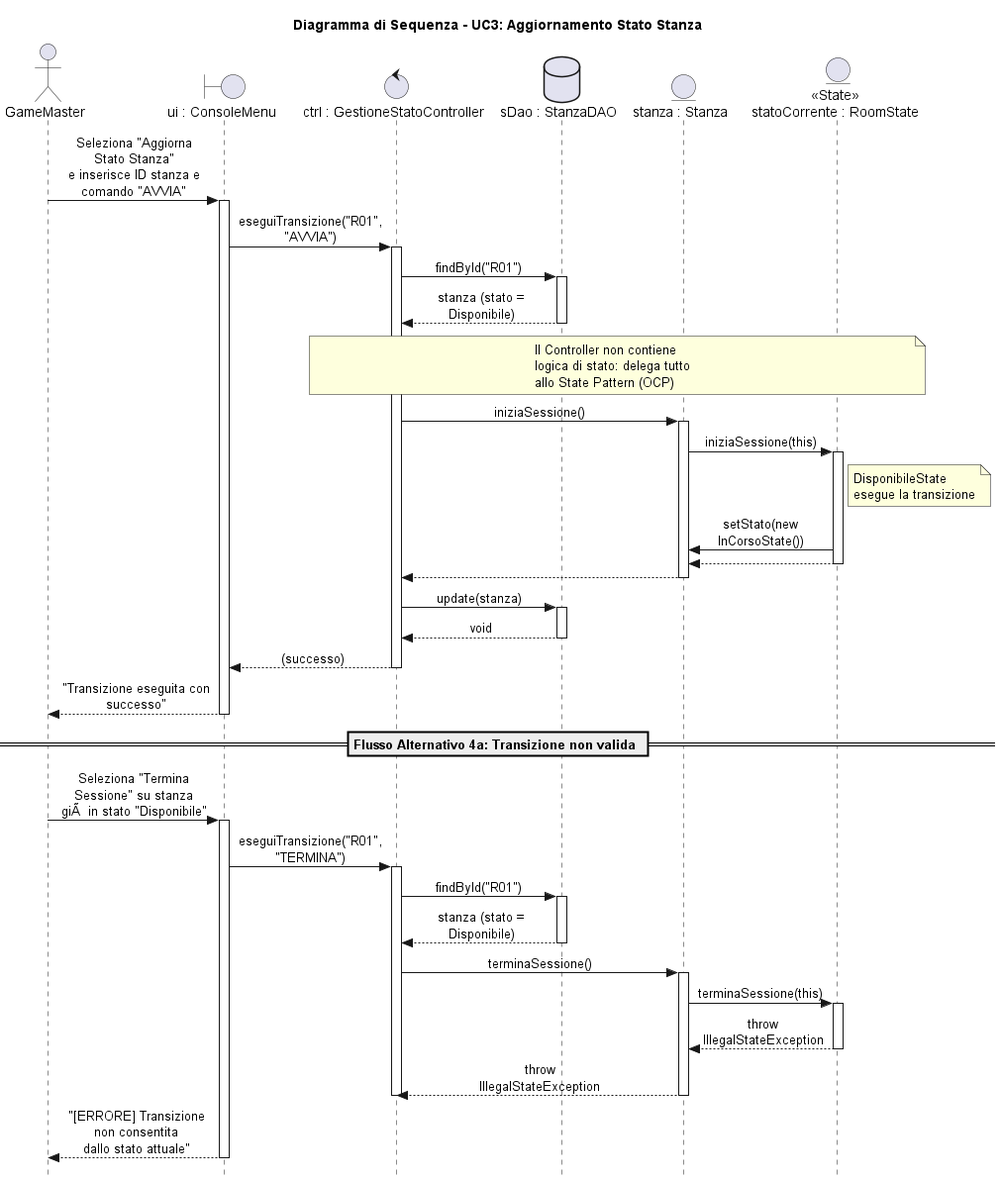
Adrycasta04/EscapeManager keeps this PlantUML diagram as LaTeX/images/sequence_gestione_stato.png. Above is the earlier version. Source of this version:
```plantuml
@startuml sequence_gestione_stato

skinparam style strictuml
skinparam sequenceMessageAlign center
skinparam maxMessageSize 150

title Diagramma di Sequenza - UC3: Aggiornamento Stato Stanza

actor "GameMaster" as GM
boundary "ui : ConsoleMenu" as UI
control "ctrl : GestioneStatoController" as CTRL
database "sDao : StanzaDAO" as SDAO
entity "stanza : Stanza" as S
entity "<<State>>\nstatoCorrente : RoomState" as STATE

GM -> UI : Seleziona "Aggiorna Stato Stanza"\ne inserisce ID stanza e comando "AVVIA"
activate UI

UI -> CTRL : eseguiTransizione("R01", "AVVIA")
activate CTRL

CTRL -> SDAO : findById("R01")
activate SDAO
SDAO --> CTRL : stanza (stato = Disponibile)
deactivate SDAO

note over CTRL, STATE : Il Controller non contiene\nlogica di stato: delega tutto\nallo State Pattern (OCP)
CTRL -> S : iniziaSessione()
activate S

S -> STATE : iniziaSessione(this)
activate STATE

note right of STATE : DisponibileState\nesegue la transizione
STATE -> S : setStato(new InCorsoState())
STATE --> S
deactivate STATE

S --> CTRL
deactivate S

CTRL -> SDAO : update(stanza)
activate SDAO
SDAO --> CTRL : void
deactivate SDAO

CTRL --> UI : (successo)
deactivate CTRL

UI --> GM : "Transizione eseguita con successo"
deactivate UI

== Flusso Alternativo 4a: Transizione non valida ==

GM -> UI : Seleziona "Termina Sessione" su stanza\ngiÃ  in stato "Disponibile"
activate UI

UI -> CTRL : eseguiTransizione("R01", "TERMINA")
activate CTRL

CTRL -> SDAO : findById("R01")
activate SDAO
SDAO --> CTRL : stanza (stato = Disponibile)
deactivate SDAO

CTRL -> S : terminaSessione()
activate S
S -> STATE : terminaSessione(this)
activate STATE
STATE --> S : throw IllegalStateException
deactivate STATE
S --> CTRL : throw IllegalStateException
deactivate S
deactivate CTRL

UI --> GM : "[ERRORE] Transizione non consentita\ndallo stato attuale"
deactivate UI

@enduml
```
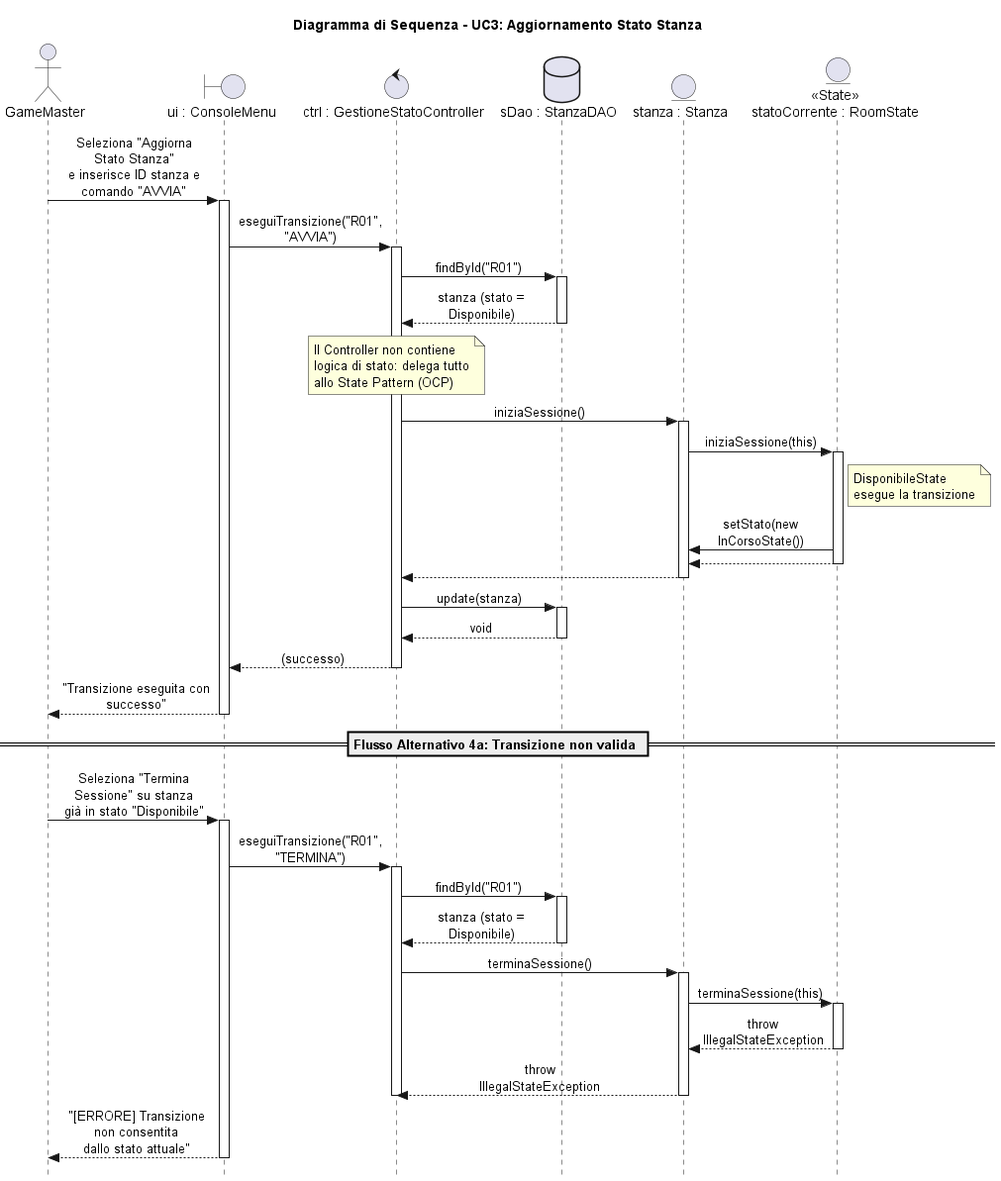
After the change.

Change to the diagram source:
```diff
@@ -24,7 +24,7 @@
 SDAO --> CTRL : stanza (stato = Disponibile)
 deactivate SDAO
 
-note over CTRL, STATE : Il Controller non contiene\nlogica di stato: delega tutto\nallo State Pattern (OCP)
+note over CTRL : Il Controller non contiene\nlogica di stato: delega tutto\nallo State Pattern (OCP)
 CTRL -> S : iniziaSessione()
 activate S
 
@@ -52,7 +52,7 @@
 
 == Flusso Alternativo 4a: Transizione non valida ==
 
-GM -> UI : Seleziona "Termina Sessione" su stanza\ngiÃ  in stato "Disponibile"
+GM -> UI : Seleziona "Termina Sessione" su stanza\ngià in stato "Disponibile"
 activate UI
 
 UI -> CTRL : eseguiTransizione("R01", "TERMINA")
```
